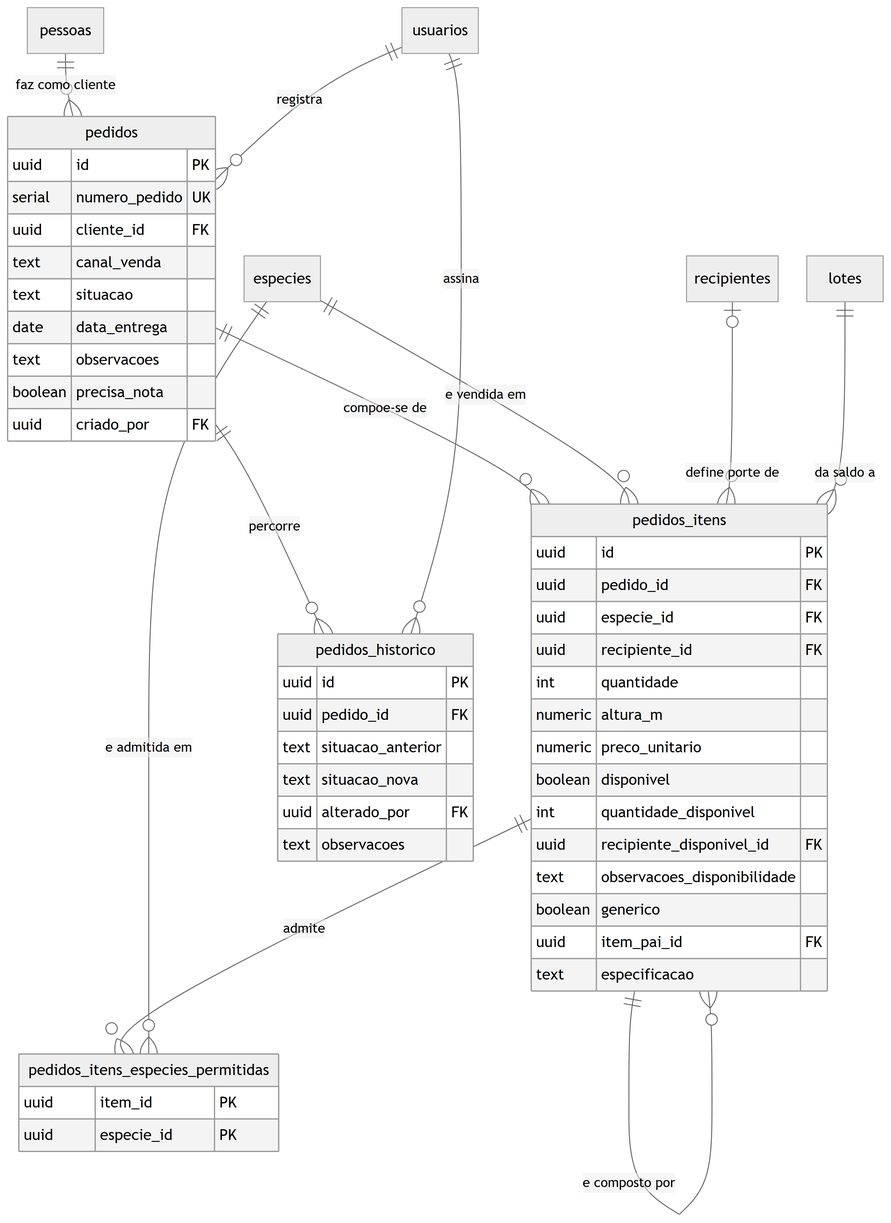
JoaoMudar/tcc keeps this Mermaid diagram as docs/engenharia/modelo-dados-pt/img/fig17-comercial-pedido.png. Above is the earlier version. Its source is kept beside it as docs/engenharia/modelo-dados-pt/mmd/fig17-comercial-pedido.mmd.
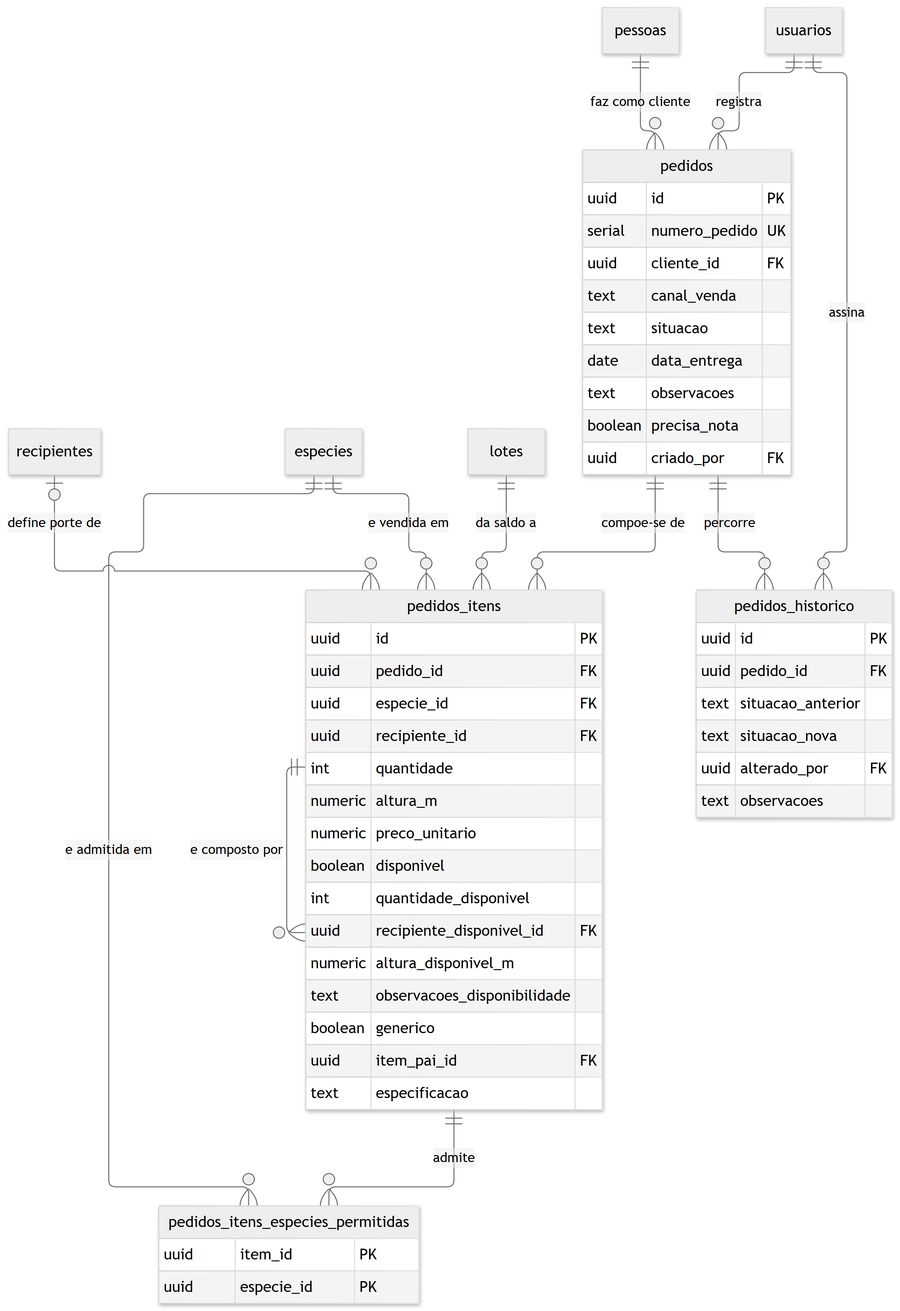
The same diagram one commit later.

Diff of the diagram source:
```diff
@@ -21,6 +21,7 @@
     boolean disponivel
     int     quantidade_disponivel
     uuid    recipiente_disponivel_id FK
+    numeric altura_disponivel_m
     text    observacoes_disponibilidade
     boolean generico
     uuid    item_pai_id FK
```
